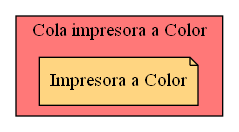
Before: Cola_Print_color.png, a diagram exported from Graphviz (Serch-ING/EDD_UDRAWING_202000119). Its source is kept beside it as Cola_Print_color.dot.
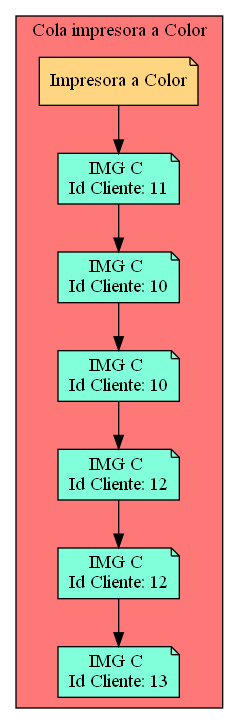
Above is the later version.

The edit, as a diff of the source:
```diff
@@ -3,4 +3,27 @@
 subgraph cluster_p{
     label= " Cola impresora a Color "
  raiz[label = "Impresora a Color" fillcolor="#FFD581" ]    bgcolor = "#FF7878"
+Nodo148626113[label="IMG C
+Id Cliente: 11",fillcolor="#81FFDA"]
+Nodo1847637306[label="IMG C
+Id Cliente: 10",fillcolor="#81FFDA"]
+Nodo1904253191[label="IMG C
+Id Cliente: 10",fillcolor="#81FFDA"]
+Nodo1666607455[label="IMG C
+Id Cliente: 12",fillcolor="#81FFDA"]
+Nodo1327006586[label="IMG C
+Id Cliente: 12",fillcolor="#81FFDA"]
+Nodo1045997582[label="IMG C
+Id Cliente: 13",fillcolor="#81FFDA"]
+
+raiz->Nodo148626113
+Nodo148626113 -> Nodo1847637306
+
+Nodo1847637306 -> Nodo1904253191
+
+Nodo1904253191 -> Nodo1666607455
+
+Nodo1666607455 -> Nodo1327006586
+
+Nodo1327006586 -> Nodo1045997582
 }}
```
